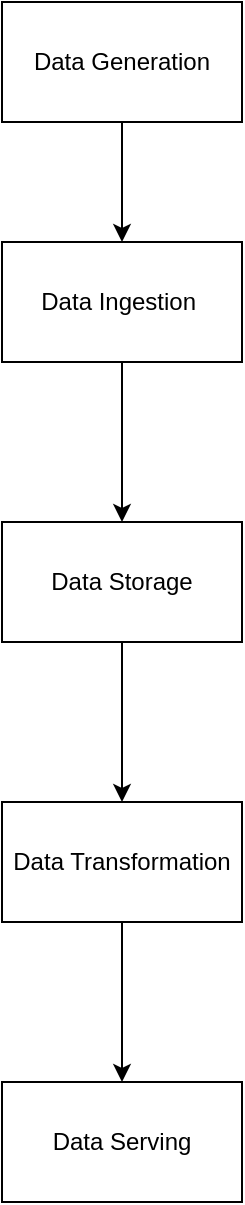
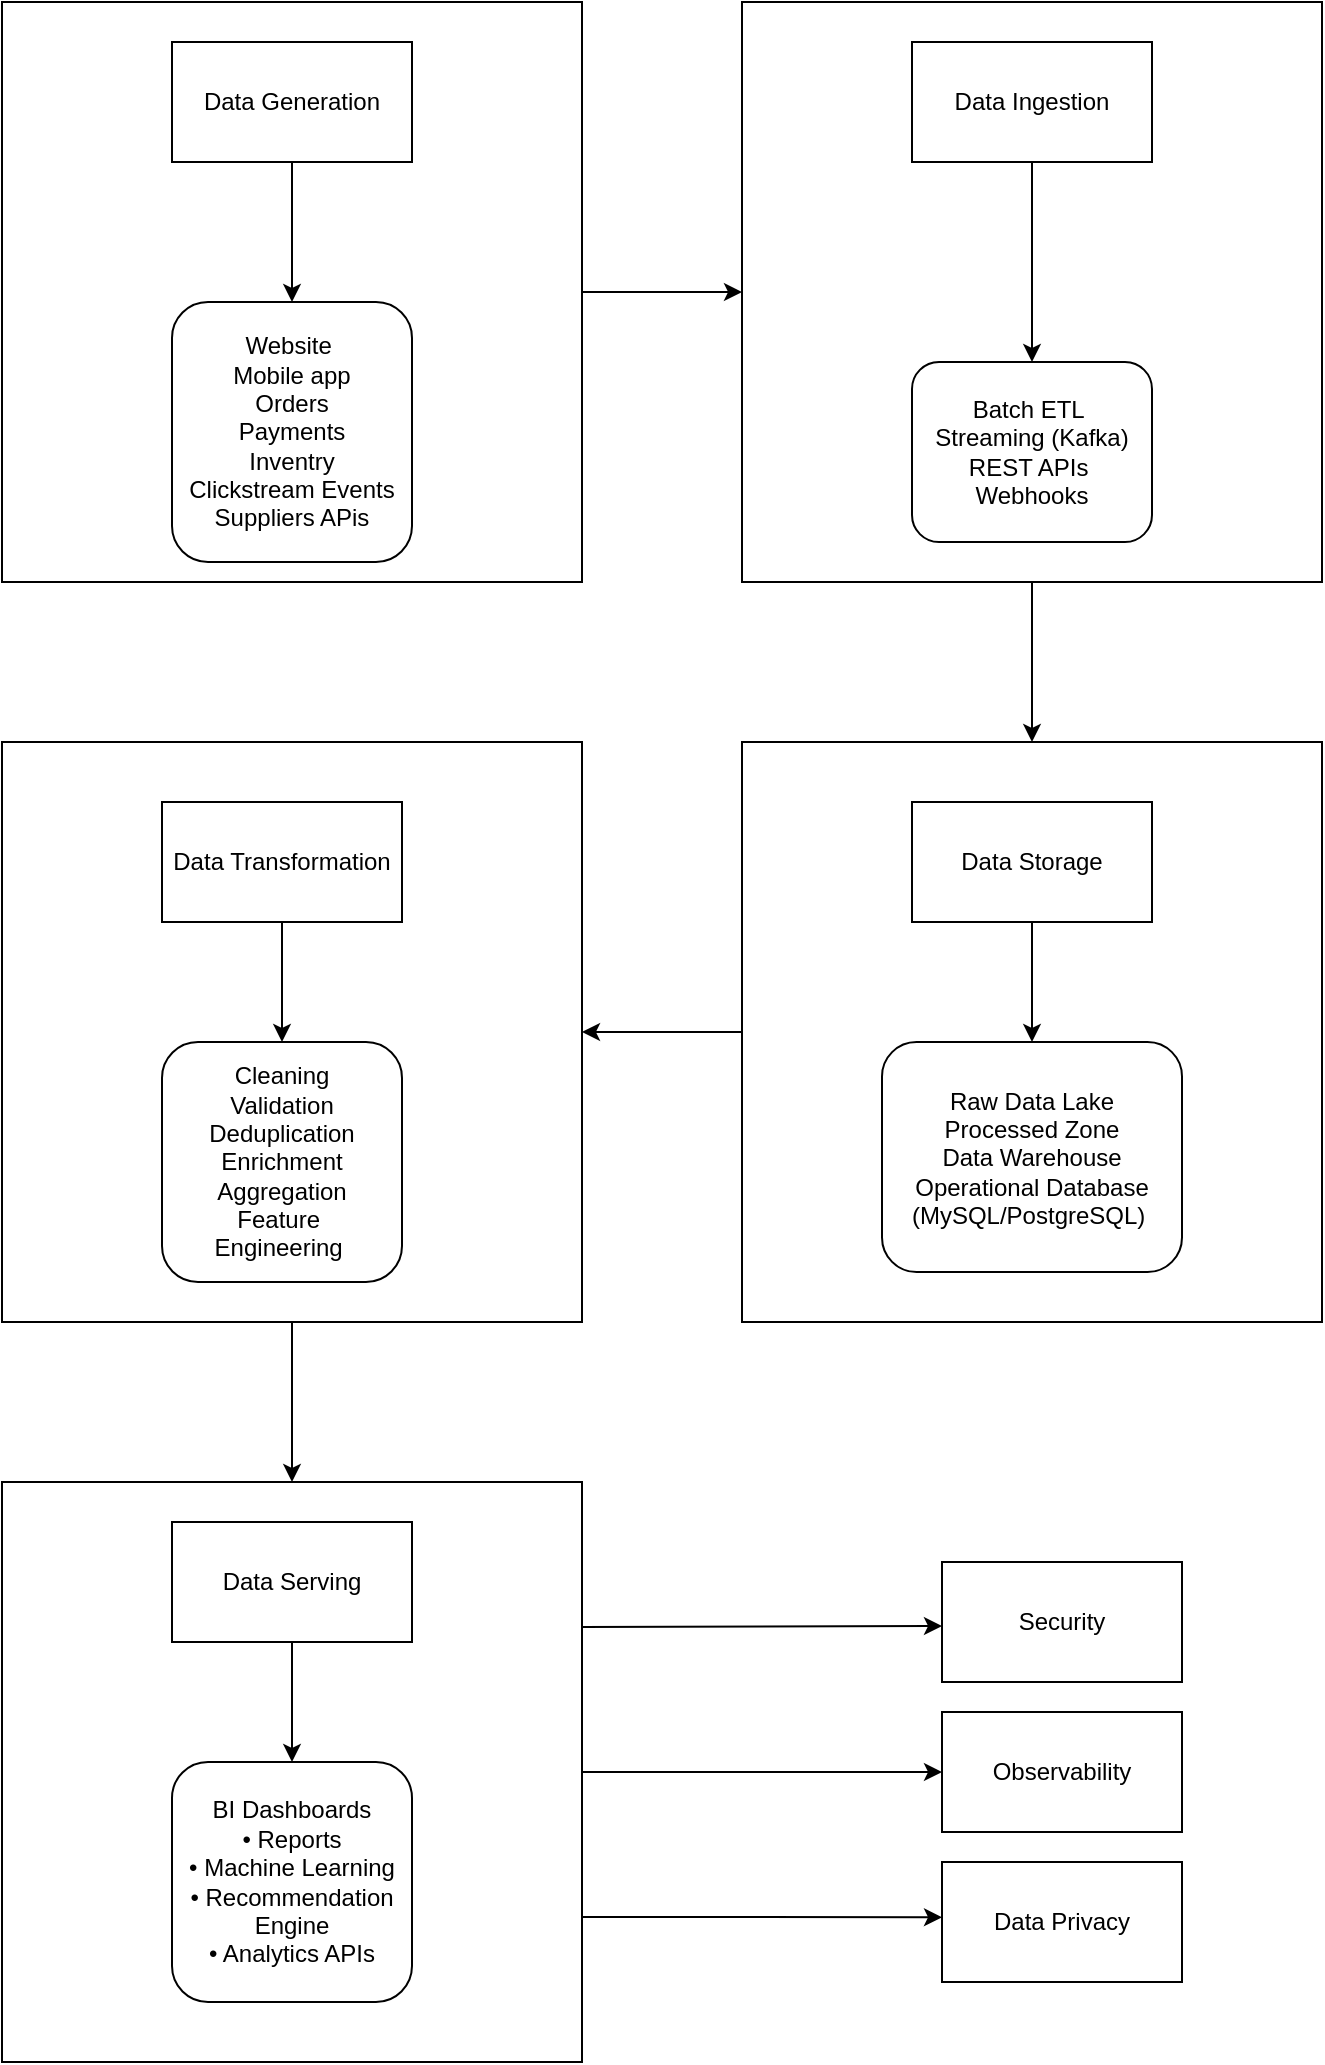
<mxfile host="app.diagrams.net">
  <diagram name="Page-1" id="WgCgbT2Q-jrb99-XfWDo">
-     <mxGraphModel dx="934" dy="647" grid="1" gridSize="10" guides="1" tooltips="1" connect="1" arrows="1" fold="1" page="1" pageScale="1" pageWidth="850" pageHeight="1100" math="0" shadow="0">
+     <mxGraphModel dx="1245" dy="863" grid="1" gridSize="10" guides="1" tooltips="1" connect="1" arrows="1" fold="1" page="1" pageScale="1" pageWidth="850" pageHeight="1100" math="0" shadow="0">
      <root>
        <mxCell id="0" />
        <mxCell id="1" parent="0" />
-         <mxCell id="cJGwhaIgkpx1DCnfrkgx-5" edge="1" parent="1" source="cJGwhaIgkpx1DCnfrkgx-3" style="edgeStyle=orthogonalEdgeStyle;rounded=0;orthogonalLoop=1;jettySize=auto;html=1;" target="cJGwhaIgkpx1DCnfrkgx-4" value="">
+         <mxCell id="8UmmjhT93Z084z6vdjGq-9" edge="1" parent="1" source="8UmmjhT93Z084z6vdjGq-7" style="edgeStyle=orthogonalEdgeStyle;rounded=0;orthogonalLoop=1;jettySize=auto;html=1;" target="8UmmjhT93Z084z6vdjGq-8" value="">
          <mxGeometry relative="1" as="geometry" />
        </mxCell>
-         <mxCell id="cJGwhaIgkpx1DCnfrkgx-3" parent="1" style="rounded=0;whiteSpace=wrap;html=1;" value="Data Generation" vertex="1">
-           <mxGeometry height="60" width="120" x="320" y="120" as="geometry" />
+         <mxCell id="8UmmjhT93Z084z6vdjGq-7" parent="1" style="whiteSpace=wrap;html=1;aspect=fixed;" value="" vertex="1">
+           <mxGeometry height="290" width="290" x="90" y="30" as="geometry" />
        </mxCell>
-         <mxCell id="cJGwhaIgkpx1DCnfrkgx-7" edge="1" parent="1" source="cJGwhaIgkpx1DCnfrkgx-4" style="edgeStyle=orthogonalEdgeStyle;rounded=0;orthogonalLoop=1;jettySize=auto;html=1;" target="cJGwhaIgkpx1DCnfrkgx-6" value="">
+         <mxCell id="8UmmjhT93Z084z6vdjGq-5" edge="1" parent="1" source="8UmmjhT93Z084z6vdjGq-3" style="edgeStyle=orthogonalEdgeStyle;rounded=0;orthogonalLoop=1;jettySize=auto;html=1;" value="">
+           <mxGeometry relative="1" as="geometry">
+             <mxPoint x="235" y="180" as="targetPoint" />
+           </mxGeometry>
+         </mxCell>
+         <mxCell id="8UmmjhT93Z084z6vdjGq-3" parent="1" style="rounded=0;whiteSpace=wrap;html=1;" value="Data Generation" vertex="1">
+           <mxGeometry height="60" width="120" x="175" y="50" as="geometry" />
+         </mxCell>
+         <mxCell id="8UmmjhT93Z084z6vdjGq-6" parent="1" style="rounded=1;whiteSpace=wrap;html=1;" value="Website&amp;nbsp;&lt;div&gt;Mobile app&lt;/div&gt;&lt;div&gt;Orders&lt;/div&gt;&lt;div&gt;Payments&lt;/div&gt;&lt;div&gt;Inventry&lt;/div&gt;&lt;div&gt;Clickstream Events&lt;/div&gt;&lt;div&gt;Suppliers APis&lt;/div&gt;" vertex="1">
+           <mxGeometry height="130" width="120" x="175" y="180" as="geometry" />
+         </mxCell>
+         <mxCell id="8UmmjhT93Z084z6vdjGq-14" edge="1" parent="1" source="8UmmjhT93Z084z6vdjGq-8" style="edgeStyle=orthogonalEdgeStyle;rounded=0;orthogonalLoop=1;jettySize=auto;html=1;" target="8UmmjhT93Z084z6vdjGq-13" value="">
          <mxGeometry relative="1" as="geometry" />
        </mxCell>
-         <mxCell id="cJGwhaIgkpx1DCnfrkgx-4" parent="1" style="rounded=0;whiteSpace=wrap;html=1;" value="Data Ingestion&amp;nbsp;" vertex="1">
-           <mxGeometry height="60" width="120" x="320" y="240" as="geometry" />
+         <mxCell id="8UmmjhT93Z084z6vdjGq-8" parent="1" style="whiteSpace=wrap;html=1;aspect=fixed;" value="" vertex="1">
+           <mxGeometry height="290" width="290" x="460" y="30" as="geometry" />
        </mxCell>
-         <mxCell id="cJGwhaIgkpx1DCnfrkgx-9" edge="1" parent="1" source="cJGwhaIgkpx1DCnfrkgx-6" style="edgeStyle=orthogonalEdgeStyle;rounded=0;orthogonalLoop=1;jettySize=auto;html=1;" target="cJGwhaIgkpx1DCnfrkgx-8" value="">
+         <mxCell id="8UmmjhT93Z084z6vdjGq-12" edge="1" parent="1" source="8UmmjhT93Z084z6vdjGq-10" style="edgeStyle=orthogonalEdgeStyle;rounded=0;orthogonalLoop=1;jettySize=auto;html=1;" target="8UmmjhT93Z084z6vdjGq-11" value="">
          <mxGeometry relative="1" as="geometry" />
        </mxCell>
-         <mxCell id="cJGwhaIgkpx1DCnfrkgx-6" parent="1" style="rounded=0;whiteSpace=wrap;html=1;" value="Data Storage" vertex="1">
-           <mxGeometry height="60" width="120" x="320" y="380" as="geometry" />
+         <mxCell id="8UmmjhT93Z084z6vdjGq-10" parent="1" style="rounded=0;whiteSpace=wrap;html=1;" value="Data Ingestion" vertex="1">
+           <mxGeometry height="60" width="120" x="545" y="50" as="geometry" />
        </mxCell>
-         <mxCell id="cJGwhaIgkpx1DCnfrkgx-11" edge="1" parent="1" source="cJGwhaIgkpx1DCnfrkgx-8" style="edgeStyle=orthogonalEdgeStyle;rounded=0;orthogonalLoop=1;jettySize=auto;html=1;" target="cJGwhaIgkpx1DCnfrkgx-10" value="">
+         <mxCell id="8UmmjhT93Z084z6vdjGq-11" parent="1" style="rounded=1;whiteSpace=wrap;html=1;" value="Batch ETL&amp;nbsp;&lt;div&gt;&amp;nbsp;Streaming (Kafka)&amp;nbsp; REST APIs&amp;nbsp; Webhooks&lt;/div&gt;" vertex="1">
+           <mxGeometry height="90" width="120" x="545" y="210" as="geometry" />
+         </mxCell>
+         <mxCell id="8UmmjhT93Z084z6vdjGq-19" edge="1" parent="1" source="8UmmjhT93Z084z6vdjGq-13" style="edgeStyle=orthogonalEdgeStyle;rounded=0;orthogonalLoop=1;jettySize=auto;html=1;" target="8UmmjhT93Z084z6vdjGq-18" value="">
          <mxGeometry relative="1" as="geometry" />
        </mxCell>
-         <mxCell id="cJGwhaIgkpx1DCnfrkgx-8" parent="1" style="rounded=0;whiteSpace=wrap;html=1;" value="Data Transformation" vertex="1">
-           <mxGeometry height="60" width="120" x="320" y="520" as="geometry" />
+         <mxCell id="8UmmjhT93Z084z6vdjGq-13" parent="1" style="whiteSpace=wrap;html=1;aspect=fixed;" value="" vertex="1">
+           <mxGeometry height="290" width="290" x="460" y="400" as="geometry" />
        </mxCell>
-         <mxCell id="cJGwhaIgkpx1DCnfrkgx-10" parent="1" style="rounded=0;whiteSpace=wrap;html=1;" value="Data Serving" vertex="1">
-           <mxGeometry height="60" width="120" x="320" y="660" as="geometry" />
+         <mxCell id="8UmmjhT93Z084z6vdjGq-17" edge="1" parent="1" source="8UmmjhT93Z084z6vdjGq-15" style="edgeStyle=orthogonalEdgeStyle;rounded=0;orthogonalLoop=1;jettySize=auto;html=1;" target="8UmmjhT93Z084z6vdjGq-16" value="">
+           <mxGeometry relative="1" as="geometry" />
+         </mxCell>
+         <mxCell id="8UmmjhT93Z084z6vdjGq-15" parent="1" style="rounded=0;whiteSpace=wrap;html=1;" value="Data Storage" vertex="1">
+           <mxGeometry height="60" width="120" x="545" y="430" as="geometry" />
+         </mxCell>
+         <mxCell id="8UmmjhT93Z084z6vdjGq-16" parent="1" style="rounded=1;whiteSpace=wrap;html=1;" value="Raw Data Lake&lt;br&gt;Processed Zone&lt;br&gt;Data Warehouse&lt;br&gt;Operational Database (MySQL/PostgreSQL)&amp;nbsp;" vertex="1">
+           <mxGeometry height="115" width="150" x="530" y="550" as="geometry" />
+         </mxCell>
+         <mxCell id="8UmmjhT93Z084z6vdjGq-24" edge="1" parent="1" source="8UmmjhT93Z084z6vdjGq-18" style="edgeStyle=orthogonalEdgeStyle;rounded=0;orthogonalLoop=1;jettySize=auto;html=1;" target="8UmmjhT93Z084z6vdjGq-23" value="">
+           <mxGeometry relative="1" as="geometry" />
+         </mxCell>
+         <mxCell id="8UmmjhT93Z084z6vdjGq-18" parent="1" style="whiteSpace=wrap;html=1;aspect=fixed;" value="" vertex="1">
+           <mxGeometry height="290" width="290" x="90" y="400" as="geometry" />
+         </mxCell>
+         <mxCell id="8UmmjhT93Z084z6vdjGq-22" edge="1" parent="1" source="8UmmjhT93Z084z6vdjGq-20" style="edgeStyle=orthogonalEdgeStyle;rounded=0;orthogonalLoop=1;jettySize=auto;html=1;" target="8UmmjhT93Z084z6vdjGq-21" value="">
+           <mxGeometry relative="1" as="geometry" />
+         </mxCell>
+         <mxCell id="8UmmjhT93Z084z6vdjGq-20" parent="1" style="rounded=0;whiteSpace=wrap;html=1;" value="Data Transformation" vertex="1">
+           <mxGeometry height="60" width="120" x="170" y="430" as="geometry" />
+         </mxCell>
+         <mxCell id="8UmmjhT93Z084z6vdjGq-21" parent="1" style="rounded=1;whiteSpace=wrap;html=1;" value="Cleaning&lt;br&gt;Validation&lt;br&gt;Deduplication&lt;br&gt;Enrichment&lt;br&gt;Aggregation&lt;br&gt;Feature&amp;nbsp;&lt;div&gt;Engineering&amp;nbsp;&lt;/div&gt;" vertex="1">
+           <mxGeometry height="120" width="120" x="170" y="550" as="geometry" />
+         </mxCell>
+         <mxCell id="8UmmjhT93Z084z6vdjGq-29" edge="1" parent="1" source="8UmmjhT93Z084z6vdjGq-23" style="edgeStyle=orthogonalEdgeStyle;rounded=0;orthogonalLoop=1;jettySize=auto;html=1;" target="8UmmjhT93Z084z6vdjGq-28" value="">
+           <mxGeometry relative="1" as="geometry" />
+         </mxCell>
+         <mxCell id="8UmmjhT93Z084z6vdjGq-30" edge="1" parent="1" source="8UmmjhT93Z084z6vdjGq-23" style="edgeStyle=orthogonalEdgeStyle;rounded=0;orthogonalLoop=1;jettySize=auto;html=1;exitX=1;exitY=0.25;exitDx=0;exitDy=0;">
+           <mxGeometry relative="1" as="geometry">
+             <mxPoint x="560" y="842" as="targetPoint" />
+           </mxGeometry>
+         </mxCell>
+         <mxCell id="8UmmjhT93Z084z6vdjGq-31" edge="1" parent="1" source="8UmmjhT93Z084z6vdjGq-23" style="edgeStyle=orthogonalEdgeStyle;rounded=0;orthogonalLoop=1;jettySize=auto;html=1;exitX=1;exitY=0.75;exitDx=0;exitDy=0;">
+           <mxGeometry relative="1" as="geometry">
+             <mxPoint x="560" y="987.6666666666667" as="targetPoint" />
+           </mxGeometry>
+         </mxCell>
+         <mxCell id="8UmmjhT93Z084z6vdjGq-23" parent="1" style="whiteSpace=wrap;html=1;aspect=fixed;" value="" vertex="1">
+           <mxGeometry height="290" width="290" x="90" y="770" as="geometry" />
+         </mxCell>
+         <mxCell id="8UmmjhT93Z084z6vdjGq-27" edge="1" parent="1" source="8UmmjhT93Z084z6vdjGq-25" style="edgeStyle=orthogonalEdgeStyle;rounded=0;orthogonalLoop=1;jettySize=auto;html=1;" target="8UmmjhT93Z084z6vdjGq-26" value="">
+           <mxGeometry relative="1" as="geometry" />
+         </mxCell>
+         <mxCell id="8UmmjhT93Z084z6vdjGq-25" parent="1" style="rounded=0;whiteSpace=wrap;html=1;" value="Data Serving" vertex="1">
+           <mxGeometry height="60" width="120" x="175" y="790" as="geometry" />
+         </mxCell>
+         <mxCell id="8UmmjhT93Z084z6vdjGq-26" parent="1" style="rounded=1;whiteSpace=wrap;html=1;" value="BI Dashboards&lt;br/&gt;   • Reports&lt;br/&gt;   • Machine Learning&lt;br/&gt;   • Recommendation Engine&lt;br/&gt;   • Analytics APIs" vertex="1">
+           <mxGeometry height="120" width="120" x="175" y="910" as="geometry" />
+         </mxCell>
+         <mxCell id="8UmmjhT93Z084z6vdjGq-28" parent="1" style="whiteSpace=wrap;html=1;" value="Observability" vertex="1">
+           <mxGeometry height="60" width="120" x="560" y="885" as="geometry" />
+         </mxCell>
+         <mxCell id="8UmmjhT93Z084z6vdjGq-32" parent="1" style="rounded=0;whiteSpace=wrap;html=1;" value="Security" vertex="1">
+           <mxGeometry height="60" width="120" x="560" y="810" as="geometry" />
+         </mxCell>
+         <mxCell id="8UmmjhT93Z084z6vdjGq-33" parent="1" style="rounded=0;whiteSpace=wrap;html=1;" value="Data Privacy" vertex="1">
+           <mxGeometry height="60" width="120" x="560" y="960" as="geometry" />
        </mxCell>
      </root>
    </mxGraphModel>
  </diagram>
</mxfile>
